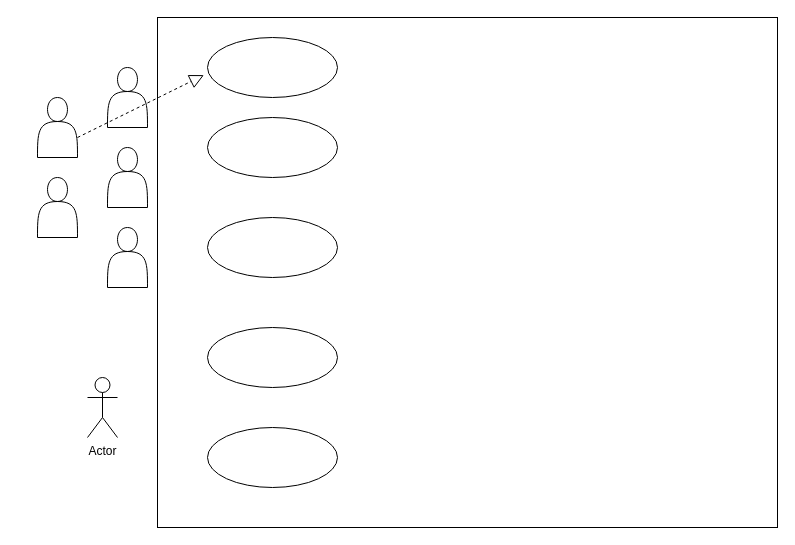
The draw.io diagram 2_Design/usecase.drawio in Saijoshitha/ltts_miniproject_c, before the edit. Source tidied: cells renumbered, new cells numbered last; positions are measured from the earlier drawing's top-left corner, leaving out a move shared by most shapes. Both pictures are drawn from the tidied source at 100%, with x=0, y=0 at pixel (37, 17).
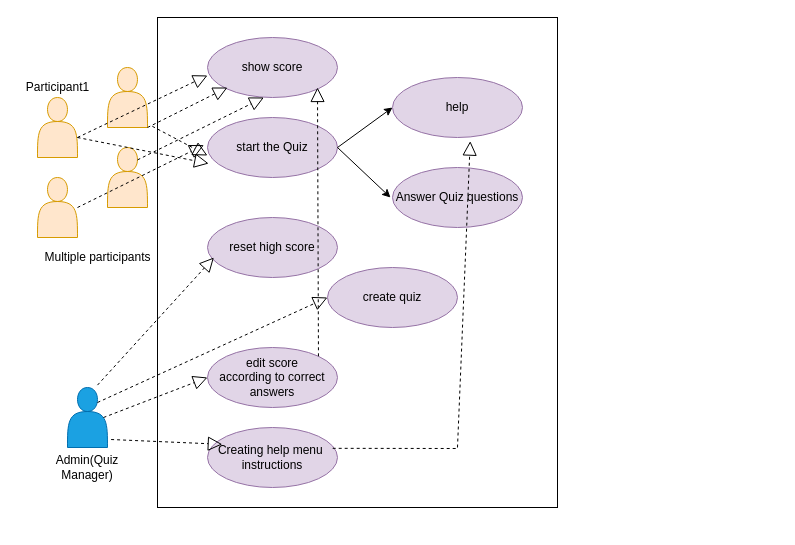
The same page after the edit.

The edit, as a diff of the source:
```diff
@@
-    <mxCell id="2" style="shape=actor;whiteSpace=wrap;html=1;" parent="1" vertex="1">
+    <mxCell id="2" style="shape=actor;whiteSpace=wrap;html=1;fillColor=#ffe6cc;strokeColor=#d79b00;" parent="1" vertex="1">
       <mxGeometry y="80" width="40" height="60" as="geometry" />
     </mxCell>
-    <mxCell id="3" style="shape=actor;whiteSpace=wrap;html=1;" parent="1" vertex="1">
+    <mxCell id="3" style="shape=actor;whiteSpace=wrap;html=1;fillColor=#ffe6cc;strokeColor=#d79b00;" parent="1" vertex="1">
       <mxGeometry x="70" y="130" width="40" height="60" as="geometry" />
     </mxCell>
-    <mxCell id="4" style="shape=actor;whiteSpace=wrap;html=1;" parent="1" vertex="1">
-      <mxGeometry x="70" y="210" width="40" height="60" as="geometry" />
-    </mxCell>
-    <mxCell id="5" style="shape=actor;whiteSpace=wrap;html=1;" parent="1" vertex="1">
+    <mxCell id="5" style="shape=actor;whiteSpace=wrap;html=1;fillColor=#ffe6cc;strokeColor=#d79b00;" parent="1" vertex="1">
       <mxGeometry x="70" y="50" width="40" height="60" as="geometry" />
     </mxCell>
-    <mxCell id="6" style="shape=actor;whiteSpace=wrap;html=1;" parent="1" vertex="1">
+    <mxCell id="6" style="shape=actor;whiteSpace=wrap;html=1;fillColor=#ffe6cc;strokeColor=#d79b00;" parent="1" vertex="1">
       <mxGeometry y="160" width="40" height="60" as="geometry" />
     </mxCell>
-    <mxCell id="7" value="Actor" style="shape=umlActor;verticalLabelPosition=bottom;verticalAlign=top;html=1;" parent="1" vertex="1">
-      <mxGeometry x="50" y="360" width="30" height="60" as="geometry" />
-    </mxCell>
     <mxCell id="8" style="rounded=0;whiteSpace=wrap;html=1;" parent="1" vertex="1">
-      <mxGeometry x="120" width="620" height="510" as="geometry" />
+      <mxGeometry x="120" width="400" height="490" as="geometry" />
     </mxCell>
-    <mxCell id="9" style="endArrow=block;dashed=1;endFill=0;endSize=12;html=1;entryX=-0.028;entryY=0.627;entryDx=0;entryDy=0;entryPerimeter=0;" parent="1" edge="1" target="10">
+    <mxCell id="9" style="endArrow=block;dashed=1;endFill=0;endSize=12;html=1;entryX=0;entryY=0.633;entryDx=0;entryDy=0;entryPerimeter=0;" parent="1" edge="1" target="10">
       <mxGeometry relative="1" as="geometry">
         <mxPoint x="40" y="120" as="sourcePoint" />
       </mxGeometry>
     </mxCell>
-    <mxCell id="10" style="ellipse;whiteSpace=wrap;html=1;" parent="1" vertex="1">
+    <mxCell id="10" value="show score" style="ellipse;whiteSpace=wrap;html=1;fillColor=#e1d5e7;strokeColor=#9673a6;" parent="1" vertex="1">
       <mxGeometry x="170" y="20" width="130" height="60" as="geometry" />
     </mxCell>
-    <mxCell id="11" style="ellipse;whiteSpace=wrap;html=1;" parent="1" vertex="1">
+    <mxCell id="11" value="start the Quiz" style="ellipse;whiteSpace=wrap;html=1;fillColor=#e1d5e7;strokeColor=#9673a6;" parent="1" vertex="1">
       <mxGeometry x="170" y="100" width="130" height="60" as="geometry" />
     </mxCell>
-    <mxCell id="12" style="ellipse;whiteSpace=wrap;html=1;" parent="1" vertex="1">
+    <mxCell id="12" value="reset high score" style="ellipse;whiteSpace=wrap;html=1;fillColor=#e1d5e7;strokeColor=#9673a6;" parent="1" vertex="1">
       <mxGeometry x="170" y="200" width="130" height="60" as="geometry" />
     </mxCell>
-    <mxCell id="13" style="ellipse;whiteSpace=wrap;html=1;" parent="1" vertex="1">
-      <mxGeometry x="170" y="310" width="130" height="60" as="geometry" />
+    <mxCell id="13" value="edit score&lt;br&gt;according to correct answers" style="ellipse;whiteSpace=wrap;html=1;fillColor=#e1d5e7;strokeColor=#9673a6;" parent="1" vertex="1">
+      <mxGeometry x="170" y="330" width="130" height="60" as="geometry" />
     </mxCell>
-    <mxCell id="14" style="ellipse;whiteSpace=wrap;html=1;" parent="1" vertex="1">
+    <mxCell id="14" value="Creating help menu&amp;nbsp;&lt;br&gt;instructions" style="ellipse;whiteSpace=wrap;html=1;fillColor=#e1d5e7;strokeColor=#9673a6;" parent="1" vertex="1">
       <mxGeometry x="170" y="410" width="130" height="60" as="geometry" />
     </mxCell>
+    <mxCell id="15" style="shape=actor;whiteSpace=wrap;html=1;fillColor=#1ba1e2;strokeColor=#006EAF;fontColor=#ffffff;" parent="1" vertex="1">
+      <mxGeometry x="30" y="370" width="40" height="60" as="geometry" />
+    </mxCell>
+    <mxCell id="16" value="help" style="ellipse;whiteSpace=wrap;html=1;fillColor=#e1d5e7;strokeColor=#9673a6;" parent="1" vertex="1">
+      <mxGeometry x="355" y="60" width="130" height="60" as="geometry" />
+    </mxCell>
+    <mxCell id="17" value="Answer Quiz questions" style="ellipse;whiteSpace=wrap;html=1;fillColor=#e1d5e7;strokeColor=#9673a6;" parent="1" vertex="1">
+      <mxGeometry x="355" y="150" width="130" height="60" as="geometry" />
+    </mxCell>
+    <mxCell id="18" style="endArrow=classic;html=1;entryX=0;entryY=0.5;entryDx=0;entryDy=0;" parent="1" edge="1" target="16">
+      <mxGeometry relative="1" as="geometry">
+        <mxPoint x="300" y="130" as="sourcePoint" />
+      </mxGeometry>
+    </mxCell>
+    <mxCell id="19" style="endArrow=classic;html=1;exitX=1;exitY=0.5;exitDx=0;exitDy=0;" parent="1" edge="1" source="11">
+      <mxGeometry relative="1" as="geometry">
+        <mxPoint x="353" y="180" as="targetPoint" />
+      </mxGeometry>
+    </mxCell>
+    <mxCell id="20" style="endArrow=block;dashed=1;endFill=0;endSize=12;html=1;exitX=-0.013;exitY=0.222;exitDx=0;exitDy=0;exitPerimeter=0;" parent="1" edge="1" source="8">
+      <mxGeometry relative="1" as="geometry">
+        <mxPoint x="170" y="138" as="targetPoint" />
+      </mxGeometry>
+    </mxCell>
+    <mxCell id="21" style="endArrow=block;dashed=1;endFill=0;endSize=12;html=1;entryX=0.114;entryY=0.28;entryDx=0;entryDy=0;entryPerimeter=0;exitX=1.09;exitY=0.867;exitDx=0;exitDy=0;exitPerimeter=0;" parent="1" edge="1" source="15" target="14">
+      <mxGeometry relative="1" as="geometry" />
+    </mxCell>
+    <mxCell id="22" style="endArrow=block;dashed=1;endFill=0;endSize=12;html=1;entryX=0;entryY=0.5;entryDx=0;entryDy=0;exitX=0.9;exitY=0.5;exitDx=0;exitDy=0;exitPerimeter=0;" parent="1" edge="1" source="15" target="13">
+      <mxGeometry relative="1" as="geometry" />
+    </mxCell>
+    <mxCell id="23" style="endArrow=block;dashed=1;endFill=0;endSize=12;html=1;entryX=-0.028;entryY=0.627;entryDx=0;entryDy=0;entryPerimeter=0;exitX=0.75;exitY=-0.04;exitDx=0;exitDy=0;exitPerimeter=0;" parent="1" edge="1" source="15">
+      <mxGeometry relative="1" as="geometry">
+        <mxPoint x="176.4" y="240" as="targetPoint" />
+      </mxGeometry>
+    </mxCell>
+    <mxCell id="24" style="endArrow=block;dashed=1;endFill=0;endSize=12;html=1;" parent="1" edge="1">
+      <mxGeometry relative="1" as="geometry">
+        <mxPoint x="110" y="110" as="sourcePoint" />
+        <mxPoint x="190" y="70" as="targetPoint" />
+      </mxGeometry>
+    </mxCell>
+    <mxCell id="25" style="endArrow=block;dashed=1;endFill=0;endSize=12;html=1;entryX=0.009;entryY=0.767;entryDx=0;entryDy=0;entryPerimeter=0;" parent="1" edge="1" target="11">
+      <mxGeometry relative="1" as="geometry">
+        <mxPoint x="40" y="120" as="sourcePoint" />
+      </mxGeometry>
+    </mxCell>
+    <mxCell id="26" style="endArrow=block;dashed=1;endFill=0;endSize=12;html=1;entryX=-0.028;entryY=0.627;entryDx=0;entryDy=0;entryPerimeter=0;" parent="1" edge="1">
+      <mxGeometry relative="1" as="geometry">
+        <mxPoint x="40" y="190" as="sourcePoint" />
+        <mxPoint x="166.4" y="127.6" as="targetPoint" />
+      </mxGeometry>
+    </mxCell>
+    <mxCell id="27" style="endArrow=block;dashed=1;endFill=0;endSize=12;html=1;entryX=-0.028;entryY=0.627;entryDx=0;entryDy=0;entryPerimeter=0;" parent="1" edge="1">
+      <mxGeometry relative="1" as="geometry">
+        <mxPoint x="100" y="142.4" as="sourcePoint" />
+        <mxPoint x="226.4" y="80" as="targetPoint" />
+      </mxGeometry>
+    </mxCell>
+    <mxCell id="28" value="Multiple participants" style="text;html=1;align=center;verticalAlign=middle;strokeColor=none;" parent="1" vertex="1">
+      <mxGeometry y="230" width="120" height="20" as="geometry" />
+    </mxCell>
+    <mxCell id="29" value="Participant1" style="text;html=1;align=center;verticalAlign=middle;strokeColor=none;" parent="1" vertex="1">
+      <mxGeometry x="-20" y="60" width="80" height="20" as="geometry" />
+    </mxCell>
+    <mxCell id="30" style="endArrow=block;dashed=1;endFill=0;endSize=12;html=1;exitX=1;exitY=0;exitDx=0;exitDy=0;" parent="1" edge="1" source="13">
+      <mxGeometry relative="1" as="geometry">
+        <mxPoint x="280" y="70" as="targetPoint" />
+      </mxGeometry>
+    </mxCell>
+    <mxCell id="31" style="endArrow=block;dashed=1;endFill=0;endSize=12;html=1;entryX=0.598;entryY=1.06;entryDx=0;entryDy=0;entryPerimeter=0;" parent="1" edge="1" target="16">
+      <mxGeometry relative="1" as="geometry">
+        <mxPoint x="420" y="430" as="sourcePoint" />
+      </mxGeometry>
+    </mxCell>
+    <mxCell id="32" style="endArrow=none;dashed=1;html=1;exitX=0.963;exitY=0.347;exitDx=0;exitDy=0;exitPerimeter=0;" parent="1" edge="1" source="14">
+      <mxGeometry relative="1" as="geometry">
+        <mxPoint x="420" y="431" as="targetPoint" />
+      </mxGeometry>
+    </mxCell>
+    <mxCell id="33" value="Admin(Quiz Manager)" style="text;html=1;strokeColor=none;fillColor=none;align=center;verticalAlign=middle;whiteSpace=wrap;rounded=0;" parent="1" vertex="1">
+      <mxGeometry x="30" y="440" width="40" height="20" as="geometry" />
+    </mxCell>
+    <mxCell id="34" value="create quiz" style="ellipse;whiteSpace=wrap;html=1;fillColor=#e1d5e7;strokeColor=#9673a6;" parent="1" vertex="1">
+      <mxGeometry x="290" y="250" width="130" height="60" as="geometry" />
+    </mxCell>
+    <mxCell id="35" style="endArrow=block;dashed=1;endFill=0;endSize=12;html=1;entryX=0;entryY=0.5;entryDx=0;entryDy=0;exitX=0.75;exitY=0.25;exitDx=0;exitDy=0;exitPerimeter=0;" parent="1" edge="1" source="15" target="34">
+      <mxGeometry relative="1" as="geometry" />
+    </mxCell>
```
